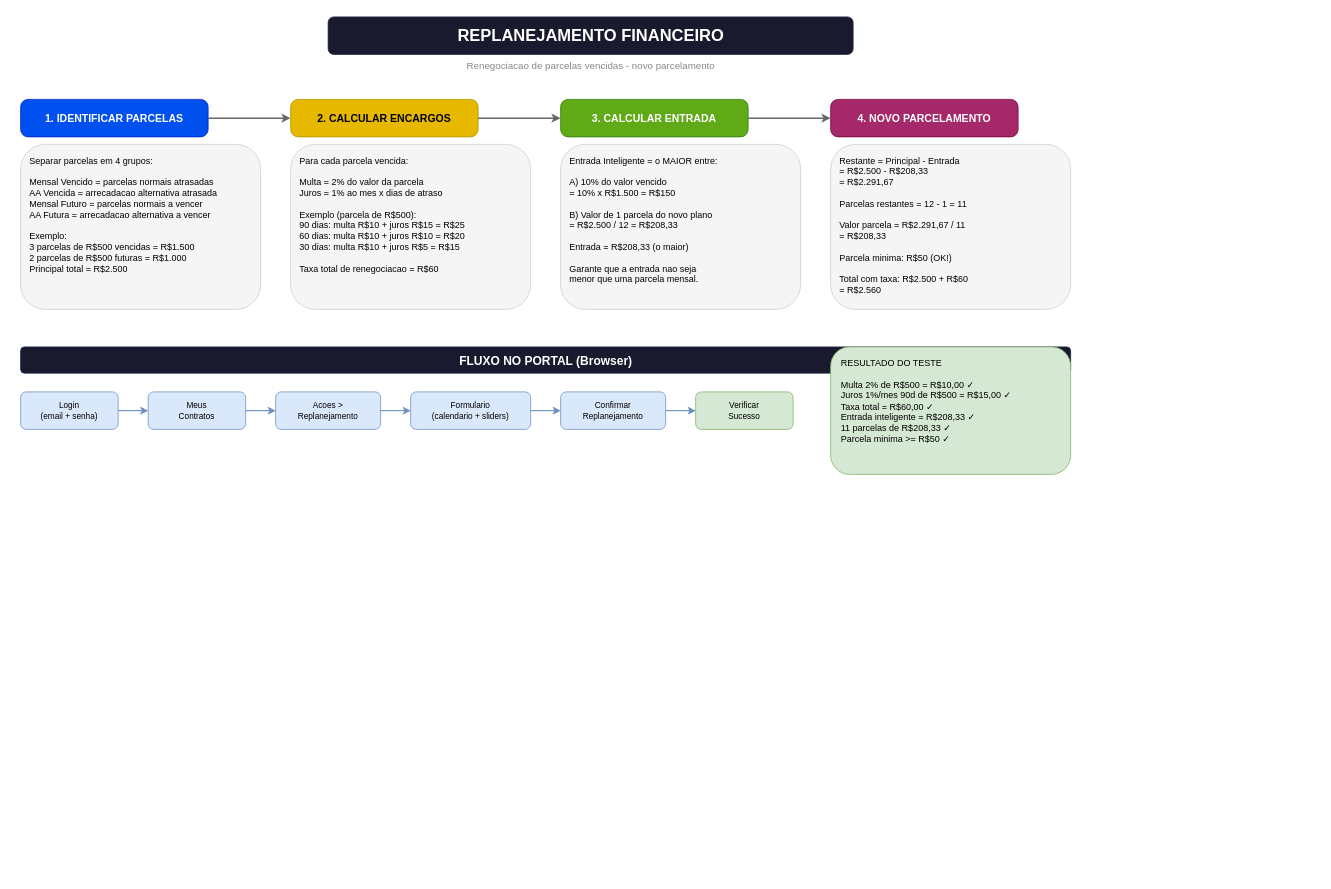
This is docs/replanejamento.drawio from lucasaugustodev/cli-hub-portal-vibe, a draw.io file, before an edit. Source tidied: cells renumbered, new cells numbered last; positions are measured from the earlier drawing's top-left corner, leaving out a move shared by most shapes. Both pictures are drawn from the tidied source at 75%, with x=0, y=0 at pixel (20, 16).
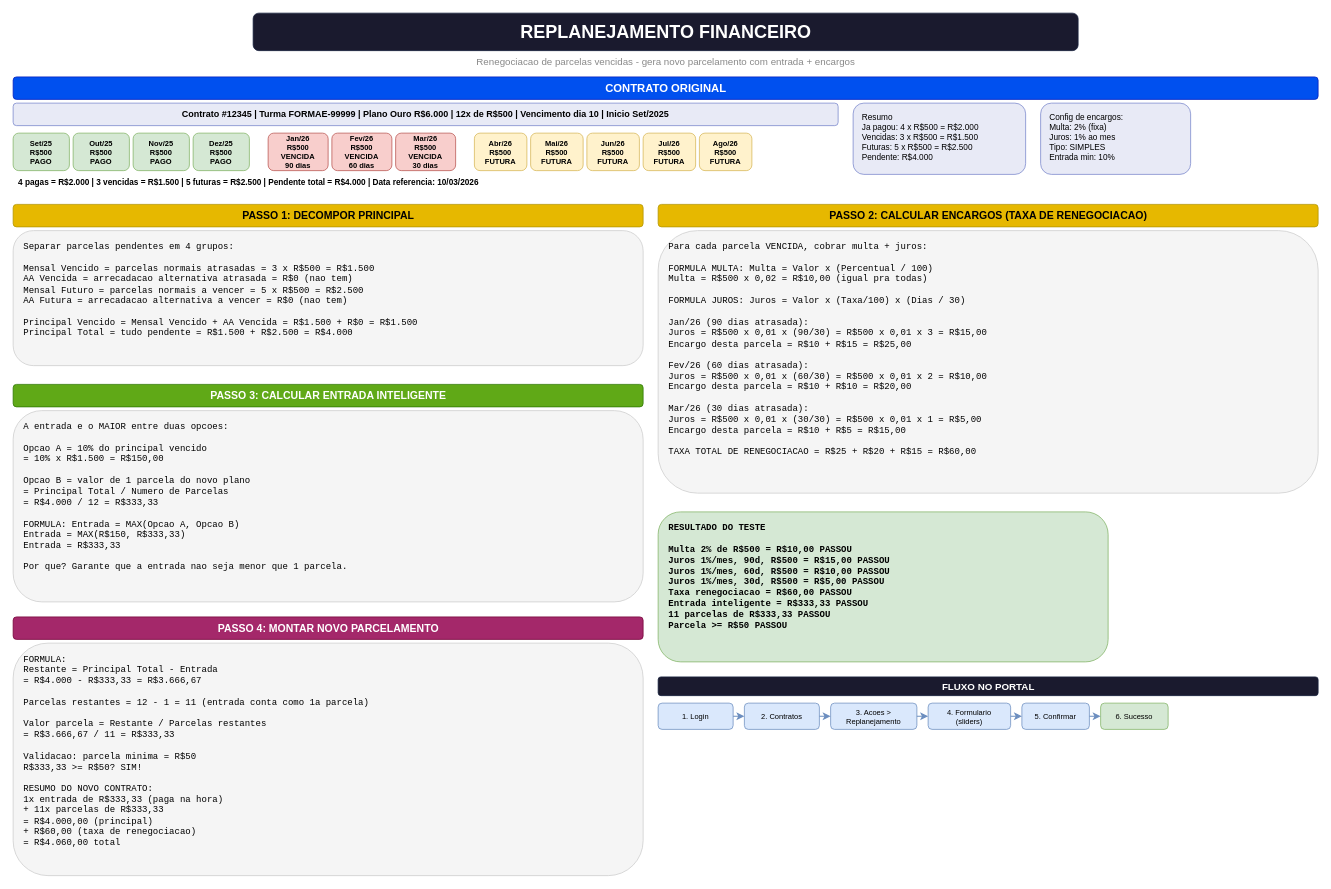
The same page after the edit.

Commit message:
docs: improve replanejamento flow diagram with concrete example

Change to the diagram source:
```diff
@@
-    <mxCell id="2" value="REPLANEJAMENTO FINANCEIRO" style="text;html=1;align=center;verticalAlign=middle;fontSize=22;fontStyle=1;fillColor=#1a1a2e;fontColor=#FFFFFF;rounded=1;strokeColor=#16213e;spacingTop=8;spacingBottom=8;" parent="1" vertex="1">
-      <mxGeometry x="410" width="700" height="50" as="geometry" />
+    <mxCell id="2" value="REPLANEJAMENTO FINANCEIRO" style="text;html=1;align=center;verticalAlign=middle;fontSize=24;fontStyle=1;fillColor=#1a1a2e;fontColor=#FFFFFF;rounded=1;strokeColor=#16213e;spacingTop=8;spacingBottom=8;" parent="1" vertex="1">
+      <mxGeometry x="310" y="-5" width="1100" height="50" as="geometry" />
     </mxCell>
-    <mxCell id="3" value="Renegociacao de parcelas vencidas - novo parcelamento" style="text;html=1;align=center;verticalAlign=middle;fontSize=13;fontColor=#888888;" parent="1" vertex="1">
-      <mxGeometry x="460" y="52" width="600" height="25" as="geometry" />
+    <mxCell id="3" value="Renegociacao de parcelas vencidas - gera novo parcelamento com entrada + encargos" style="text;html=1;align=center;verticalAlign=middle;fontSize=13;fontColor=#888888;" parent="1" vertex="1">
+      <mxGeometry x="360" y="48" width="1000" height="22" as="geometry" />
     </mxCell>
-    <mxCell id="4" value="1. IDENTIFICAR PARCELAS" style="rounded=1;whiteSpace=wrap;html=1;fillColor=#0050ef;fontColor=#ffffff;strokeColor=#001DBC;fontSize=14;fontStyle=1;arcSize=20;" parent="1" vertex="1">
-      <mxGeometry y="110" width="250" height="50" as="geometry" />
-    </mxCell>
-    <mxCell id="5" value="Separar parcelas em 4 grupos:&#10;&#10;  Mensal Vencido = parcelas normais atrasadas&#10;  AA Vencida = arrecadacao alternativa atrasada&#10;  Mensal Futuro = parcelas normais a vencer&#10;  AA Futura = arrecadacao alternativa a vencer&#10;&#10;Exemplo:&#10;  3 parcelas de R$500 vencidas = R$1.500&#10;  2 parcelas de R$500 futuras = R$1.000&#10;  Principal total = R$2.500" style="rounded=1;whiteSpace=wrap;html=1;fillColor=#f5f5f5;strokeColor=#CCCCCC;fontSize=12;align=left;spacingLeft=10;spacingRight=10;verticalAlign=top;spacingTop=8;" parent="1" vertex="1">
-      <mxGeometry y="170" width="320" height="220" as="geometry" />
-    </mxCell>
-    <mxCell id="6" value="2. CALCULAR ENCARGOS" style="rounded=1;whiteSpace=wrap;html=1;fillColor=#e6b800;fontColor=#000000;strokeColor=#B09500;fontSize=14;fontStyle=1;arcSize=20;" parent="1" vertex="1">
-      <mxGeometry x="360" y="110" width="250" height="50" as="geometry" />
-    </mxCell>
-    <mxCell id="7" value="Para cada parcela vencida:&#10;&#10;  Multa = 2% do valor da parcela&#10;  Juros = 1% ao mes x dias de atraso&#10;&#10;Exemplo (parcela de R$500):&#10;  90 dias: multa R$10 + juros R$15 = R$25&#10;  60 dias: multa R$10 + juros R$10 = R$20&#10;  30 dias: multa R$10 + juros R$5  = R$15&#10;&#10;  Taxa total de renegociacao = R$60" style="rounded=1;whiteSpace=wrap;html=1;fillColor=#f5f5f5;strokeColor=#CCCCCC;fontSize=12;align=left;spacingLeft=10;spacingRight=10;verticalAlign=top;spacingTop=8;" parent="1" vertex="1">
-      <mxGeometry x="360" y="170" width="320" height="220" as="geometry" />
-    </mxCell>
-    <mxCell id="8" style="edgeStyle=orthogonalEdgeStyle;rounded=1;strokeWidth=2;strokeColor=#666666;" parent="1" edge="1" source="4" target="6">
-      <mxGeometry relative="1" as="geometry" />
-    </mxCell>
-    <mxCell id="9" value="3. CALCULAR ENTRADA" style="rounded=1;whiteSpace=wrap;html=1;fillColor=#60a917;fontColor=#ffffff;strokeColor=#2D7600;fontSize=14;fontStyle=1;arcSize=20;" parent="1" vertex="1">
-      <mxGeometry x="720" y="110" width="250" height="50" as="geometry" />
-    </mxCell>
-    <mxCell id="10" value="Entrada Inteligente = o MAIOR entre:&#10;&#10;  A) 10% do valor vencido&#10;     = 10% x R$1.500 = R$150&#10;&#10;  B) Valor de 1 parcela do novo plano&#10;     = R$2.500 / 12 = R$208,33&#10;&#10;  Entrada = R$208,33 (o maior)&#10;&#10;Garante que a entrada nao seja&#10;menor que uma parcela mensal." style="rounded=1;whiteSpace=wrap;html=1;fillColor=#f5f5f5;strokeColor=#CCCCCC;fontSize=12;align=left;spacingLeft=10;spacingRight=10;verticalAlign=top;spacingTop=8;" parent="1" vertex="1">
-      <mxGeometry x="720" y="170" width="320" height="220" as="geometry" />
-    </mxCell>
-    <mxCell id="11" style="edgeStyle=orthogonalEdgeStyle;rounded=1;strokeWidth=2;strokeColor=#666666;" parent="1" edge="1" source="6" target="9">
-      <mxGeometry relative="1" as="geometry" />
-    </mxCell>
-    <mxCell id="12" value="4. NOVO PARCELAMENTO" style="rounded=1;whiteSpace=wrap;html=1;fillColor=#a4286a;fontColor=#ffffff;strokeColor=#740037;fontSize=14;fontStyle=1;arcSize=20;" parent="1" vertex="1">
-      <mxGeometry x="1080" y="110" width="250" height="50" as="geometry" />
-    </mxCell>
-    <mxCell id="13" value="Restante = Principal - Entrada&#10;         = R$2.500 - R$208,33&#10;         = R$2.291,67&#10;&#10;Parcelas restantes = 12 - 1 = 11&#10;&#10;Valor parcela = R$2.291,67 / 11&#10;              = R$208,33&#10;&#10;Parcela minima: R$50 (OK!)&#10;&#10;Total com taxa: R$2.500 + R$60&#10;              = R$2.560" style="rounded=1;whiteSpace=wrap;html=1;fillColor=#f5f5f5;strokeColor=#CCCCCC;fontSize=12;align=left;spacingLeft=10;spacingRight=10;verticalAlign=top;spacingTop=8;" parent="1" vertex="1">
-      <mxGeometry x="1080" y="170" width="320" height="220" as="geometry" />
-    </mxCell>
-    <mxCell id="14" style="edgeStyle=orthogonalEdgeStyle;rounded=1;strokeWidth=2;strokeColor=#666666;" parent="1" edge="1" source="9" target="12">
-      <mxGeometry relative="1" as="geometry" />
-    </mxCell>
+    <mxCell id="28" value="CONTRATO ORIGINAL" style="text;html=1;align=center;verticalAlign=middle;fontSize=15;fontStyle=1;fillColor=#0050ef;fontColor=#FFFFFF;rounded=1;strokeColor=#001DBC;" parent="1" vertex="1">
+      <mxGeometry x="-10" y="80" width="1740" height="30" as="geometry" />
+    </mxCell>
+    <mxCell id="29" value="Contrato #12345  |  Turma FORMAE-99999  |  Plano Ouro R$6.000  |  12x de R$500  |  Vencimento dia 10  |  Inicio Set/2025" style="rounded=1;whiteSpace=wrap;html=1;fillColor=#e8eaf6;strokeColor=#7986CB;fontSize=12;fontStyle=1;align=center;" parent="1" vertex="1">
+      <mxGeometry x="-10" y="115" width="1100" height="30" as="geometry" />
+    </mxCell>
+    <mxCell id="30" value="Set/25&#10;R$500&#10;PAGO" style="rounded=1;whiteSpace=wrap;html=1;fillColor=#d5e8d4;strokeColor=#82b366;fontSize=10;fontStyle=1;" parent="1" vertex="1">
+      <mxGeometry x="-10" y="155" width="75" height="50" as="geometry" />
+    </mxCell>
+    <mxCell id="31" value="Out/25&#10;R$500&#10;PAGO" style="rounded=1;whiteSpace=wrap;html=1;fillColor=#d5e8d4;strokeColor=#82b366;fontSize=10;fontStyle=1;" parent="1" vertex="1">
+      <mxGeometry x="70" y="155" width="75" height="50" as="geometry" />
+    </mxCell>
+    <mxCell id="32" value="Nov/25&#10;R$500&#10;PAGO" style="rounded=1;whiteSpace=wrap;html=1;fillColor=#d5e8d4;strokeColor=#82b366;fontSize=10;fontStyle=1;" parent="1" vertex="1">
+      <mxGeometry x="150" y="155" width="75" height="50" as="geometry" />
+    </mxCell>
+    <mxCell id="33" value="Dez/25&#10;R$500&#10;PAGO" style="rounded=1;whiteSpace=wrap;html=1;fillColor=#d5e8d4;strokeColor=#82b366;fontSize=10;fontStyle=1;" parent="1" vertex="1">
+      <mxGeometry x="230" y="155" width="75" height="50" as="geometry" />
+    </mxCell>
+    <mxCell id="34" value="Jan/26&#10;R$500&#10;VENCIDA&#10;90 dias" style="rounded=1;whiteSpace=wrap;html=1;fillColor=#f8cecc;strokeColor=#b85450;fontSize=10;fontStyle=1;" parent="1" vertex="1">
+      <mxGeometry x="330" y="155" width="80" height="50" as="geometry" />
+    </mxCell>
+    <mxCell id="35" value="Fev/26&#10;R$500&#10;VENCIDA&#10;60 dias" style="rounded=1;whiteSpace=wrap;html=1;fillColor=#f8cecc;strokeColor=#b85450;fontSize=10;fontStyle=1;" parent="1" vertex="1">
+      <mxGeometry x="415" y="155" width="80" height="50" as="geometry" />
+    </mxCell>
+    <mxCell id="36" value="Mar/26&#10;R$500&#10;VENCIDA&#10;30 dias" style="rounded=1;whiteSpace=wrap;html=1;fillColor=#f8cecc;strokeColor=#b85450;fontSize=10;fontStyle=1;" parent="1" vertex="1">
+      <mxGeometry x="500" y="155" width="80" height="50" as="geometry" />
+    </mxCell>
+    <mxCell id="37" value="Abr/26&#10;R$500&#10;FUTURA" style="rounded=1;whiteSpace=wrap;html=1;fillColor=#fff2cc;strokeColor=#d6b656;fontSize=10;fontStyle=1;" parent="1" vertex="1">
+      <mxGeometry x="605" y="155" width="70" height="50" as="geometry" />
+    </mxCell>
+    <mxCell id="38" value="Mai/26&#10;R$500&#10;FUTURA" style="rounded=1;whiteSpace=wrap;html=1;fillColor=#fff2cc;strokeColor=#d6b656;fontSize=10;fontStyle=1;" parent="1" vertex="1">
+      <mxGeometry x="680" y="155" width="70" height="50" as="geometry" />
+    </mxCell>
+    <mxCell id="39" value="Jun/26&#10;R$500&#10;FUTURA" style="rounded=1;whiteSpace=wrap;html=1;fillColor=#fff2cc;strokeColor=#d6b656;fontSize=10;fontStyle=1;" parent="1" vertex="1">
+      <mxGeometry x="755" y="155" width="70" height="50" as="geometry" />
+    </mxCell>
+    <mxCell id="40" value="Jul/26&#10;R$500&#10;FUTURA" style="rounded=1;whiteSpace=wrap;html=1;fillColor=#fff2cc;strokeColor=#d6b656;fontSize=10;fontStyle=1;" parent="1" vertex="1">
+      <mxGeometry x="830" y="155" width="70" height="50" as="geometry" />
+    </mxCell>
+    <mxCell id="41" value="Ago/26&#10;R$500&#10;FUTURA" style="rounded=1;whiteSpace=wrap;html=1;fillColor=#fff2cc;strokeColor=#d6b656;fontSize=10;fontStyle=1;" parent="1" vertex="1">
+      <mxGeometry x="905" y="155" width="70" height="50" as="geometry" />
+    </mxCell>
+    <mxCell id="42" value="4 pagas = R$2.000  |  3 vencidas = R$1.500  |  5 futuras = R$2.500  |  Pendente total = R$4.000  |  Data referencia: 10/03/2026" style="text;html=1;align=left;verticalAlign=middle;fontSize=11;fontStyle=1;spacingLeft=5;" parent="1" vertex="1">
+      <mxGeometry x="-10" y="210" width="1000" height="20" as="geometry" />
+    </mxCell>
+    <mxCell id="43" value="Resumo&#10;Ja pagou: 4 x R$500 = R$2.000&#10;Vencidas: 3 x R$500 = R$1.500&#10;Futuras:  5 x R$500 = R$2.500&#10;Pendente: R$4.000" style="rounded=1;whiteSpace=wrap;html=1;fillColor=#e8eaf6;strokeColor=#7986CB;fontSize=11;align=left;spacingLeft=10;verticalAlign=top;spacingTop=6;" parent="1" vertex="1">
+      <mxGeometry x="1110" y="115" width="230" height="95" as="geometry" />
+    </mxCell>
+    <mxCell id="44" value="Config de encargos:&#10;Multa: 2% (fixa)&#10;Juros: 1% ao mes&#10;Tipo: SIMPLES&#10;Entrada min: 10%" style="rounded=1;whiteSpace=wrap;html=1;fillColor=#e8eaf6;strokeColor=#7986CB;fontSize=11;align=left;spacingLeft=10;verticalAlign=top;spacingTop=6;" parent="1" vertex="1">
+      <mxGeometry x="1360" y="115" width="200" height="95" as="geometry" />
+    </mxCell>
+    <mxCell id="45" value="PASSO 1: DECOMPOR PRINCIPAL" style="text;html=1;align=center;verticalAlign=middle;fontSize=14;fontStyle=1;fillColor=#e6b800;fontColor=#000000;rounded=1;strokeColor=#B09500;" parent="1" vertex="1">
+      <mxGeometry x="-10" y="250" width="840" height="30" as="geometry" />
+    </mxCell>
+    <mxCell id="46" value="Separar parcelas pendentes em 4 grupos:&#10;&#10;  Mensal Vencido  = parcelas normais atrasadas        = 3 x R$500 = R$1.500&#10;  AA Vencida      = arrecadacao alternativa atrasada   = R$0 (nao tem)&#10;  Mensal Futuro   = parcelas normais a vencer          = 5 x R$500 = R$2.500&#10;  AA Futura       = arrecadacao alternativa a vencer    = R$0 (nao tem)&#10;&#10;  Principal Vencido = Mensal Vencido + AA Vencida = R$1.500 + R$0 = R$1.500&#10;  Principal Total   = tudo pendente = R$1.500 + R$2.500 = R$4.000" style="rounded=1;whiteSpace=wrap;html=1;fillColor=#f5f5f5;strokeColor=#CCCCCC;fontSize=12;align=left;spacingLeft=12;verticalAlign=top;spacingTop=8;fontFamily=Courier New;" parent="1" vertex="1">
+      <mxGeometry x="-10" y="285" width="840" height="180" as="geometry" />
+    </mxCell>
+    <mxCell id="47" value="PASSO 2: CALCULAR ENCARGOS (TAXA DE RENEGOCIACAO)" style="text;html=1;align=center;verticalAlign=middle;fontSize=14;fontStyle=1;fillColor=#e6b800;fontColor=#000000;rounded=1;strokeColor=#B09500;" parent="1" vertex="1">
+      <mxGeometry x="850" y="250" width="880" height="30" as="geometry" />
+    </mxCell>
+    <mxCell id="48" value="Para cada parcela VENCIDA, cobrar multa + juros:&#10;&#10;  FORMULA MULTA:  Multa = Valor x (Percentual / 100)&#10;                 Multa = R$500 x 0,02 = R$10,00 (igual pra todas)&#10;&#10;  FORMULA JUROS:  Juros = Valor x (Taxa/100) x (Dias / 30)&#10;&#10;  Jan/26 (90 dias atrasada):&#10;    Juros = R$500 x 0,01 x (90/30) = R$500 x 0,01 x 3 = R$15,00&#10;    Encargo desta parcela = R$10 + R$15 = R$25,00&#10;&#10;  Fev/26 (60 dias atrasada):&#10;    Juros = R$500 x 0,01 x (60/30) = R$500 x 0,01 x 2 = R$10,00&#10;    Encargo desta parcela = R$10 + R$10 = R$20,00&#10;&#10;  Mar/26 (30 dias atrasada):&#10;    Juros = R$500 x 0,01 x (30/30) = R$500 x 0,01 x 1 = R$5,00&#10;    Encargo desta parcela = R$10 + R$5 = R$15,00&#10;&#10;  TAXA TOTAL DE RENEGOCIACAO = R$25 + R$20 + R$15 = R$60,00" style="rounded=1;whiteSpace=wrap;html=1;fillColor=#f5f5f5;strokeColor=#CCCCCC;fontSize=12;align=left;spacingLeft=12;verticalAlign=top;spacingTop=8;fontFamily=Courier New;" parent="1" vertex="1">
+      <mxGeometry x="850" y="285" width="880" height="350" as="geometry" />
+    </mxCell>
+    <mxCell id="49" value="PASSO 3: CALCULAR ENTRADA INTELIGENTE" style="text;html=1;align=center;verticalAlign=middle;fontSize=14;fontStyle=1;fillColor=#60a917;fontColor=#FFFFFF;rounded=1;strokeColor=#2D7600;" parent="1" vertex="1">
+      <mxGeometry x="-10" y="490" width="840" height="30" as="geometry" />
+    </mxCell>
+    <mxCell id="50" value="A entrada e o MAIOR entre duas opcoes:&#10;&#10;  Opcao A = 10% do principal vencido&#10;          = 10% x R$1.500 = R$150,00&#10;&#10;  Opcao B = valor de 1 parcela do novo plano&#10;          = Principal Total / Numero de Parcelas&#10;          = R$4.000 / 12 = R$333,33&#10;&#10;  FORMULA:  Entrada = MAX(Opcao A, Opcao B)&#10;            Entrada = MAX(R$150, R$333,33)&#10;            Entrada = R$333,33&#10;&#10;  Por que? Garante que a entrada nao seja menor que 1 parcela." style="rounded=1;whiteSpace=wrap;html=1;fillColor=#f5f5f5;strokeColor=#CCCCCC;fontSize=12;align=left;spacingLeft=12;verticalAlign=top;spacingTop=8;fontFamily=Courier New;" parent="1" vertex="1">
+      <mxGeometry x="-10" y="525" width="840" height="255" as="geometry" />
+    </mxCell>
+    <mxCell id="51" value="PASSO 4: MONTAR NOVO PARCELAMENTO" style="text;html=1;align=center;verticalAlign=middle;fontSize=14;fontStyle=1;fillColor=#a4286a;fontColor=#ffffff;rounded=1;strokeColor=#740037;" parent="1" vertex="1">
+      <mxGeometry x="-10" y="800" width="840" height="30" as="geometry" />
+    </mxCell>
+    <mxCell id="52" value="FORMULA:&#10;  Restante = Principal Total - Entrada&#10;           = R$4.000 - R$333,33 = R$3.666,67&#10;&#10;  Parcelas restantes = 12 - 1 = 11  (entrada conta como 1a parcela)&#10;&#10;  Valor parcela = Restante / Parcelas restantes&#10;               = R$3.666,67 / 11 = R$333,33&#10;&#10;  Validacao: parcela minima = R$50&#10;  R$333,33 &gt;= R$50? SIM!&#10;&#10;RESUMO DO NOVO CONTRATO:&#10;  1x entrada de R$333,33 (paga na hora)&#10;  + 11x parcelas de R$333,33&#10;  = R$4.000,00 (principal)&#10;  + R$60,00 (taxa de renegociacao)&#10;  = R$4.060,00 total" style="rounded=1;whiteSpace=wrap;html=1;fillColor=#f5f5f5;strokeColor=#CCCCCC;fontSize=12;align=left;spacingLeft=12;verticalAlign=top;spacingTop=8;fontFamily=Courier New;" parent="1" vertex="1">
+      <mxGeometry x="-10" y="835" width="840" height="310" as="geometry" />
+    </mxCell>
+    <mxCell id="27" value="RESULTADO DO TESTE&#10;&#10;  Multa 2% de R$500 = R$10,00                PASSOU&#10;  Juros 1%/mes, 90d, R$500 = R$15,00          PASSOU&#10;  Juros 1%/mes, 60d, R$500 = R$10,00          PASSOU&#10;  Juros 1%/mes, 30d, R$500 = R$5,00           PASSOU&#10;  Taxa renegociacao = R$60,00                  PASSOU&#10;  Entrada inteligente = R$333,33               PASSOU&#10;  11 parcelas de R$333,33                      PASSOU&#10;  Parcela &gt;= R$50                              PASSOU" style="rounded=1;whiteSpace=wrap;html=1;fillColor=#d5e8d4;strokeColor=#82b366;fontSize=12;align=left;spacingLeft=12;verticalAlign=top;spacingTop=8;fontFamily=Courier New;fontStyle=1;" parent="1" vertex="1">
+      <mxGeometry x="850" y="660" width="600" height="200" as="geometry" />
+    </mxCell>
-    <mxCell id="15" value="FLUXO NO PORTAL (Browser)" style="text;html=1;align=center;verticalAlign=middle;fontSize=16;fontStyle=1;fillColor=#1a1a2e;fontColor=#FFFFFF;rounded=1;strokeColor=#16213e;spacingTop=5;spacingBottom=5;" parent="1" vertex="1">
-      <mxGeometry y="440" width="1400" height="35" as="geometry" />
+    <mxCell id="15" value="FLUXO NO PORTAL" style="text;html=1;align=center;verticalAlign=middle;fontSize=13;fontStyle=1;fillColor=#1a1a2e;fontColor=#FFFFFF;rounded=1;strokeColor=#16213e;" parent="1" vertex="1">
+      <mxGeometry x="850" y="880" width="880" height="25" as="geometry" />
     </mxCell>
-    <mxCell id="16" value="Login&#10;(email + senha)" style="rounded=1;whiteSpace=wrap;html=1;fillColor=#dae8fc;strokeColor=#6c8ebf;fontSize=11;" parent="1" vertex="1">
-      <mxGeometry y="500" width="130" height="50" as="geometry" />
+    <mxCell id="16" value="1. Login" style="rounded=1;whiteSpace=wrap;html=1;fillColor=#dae8fc;strokeColor=#6c8ebf;fontSize=10;" parent="1" vertex="1">
+      <mxGeometry x="850" y="915" width="100" height="35" as="geometry" />
     </mxCell>
-    <mxCell id="17" value="Meus&#10;Contratos" style="rounded=1;whiteSpace=wrap;html=1;fillColor=#dae8fc;strokeColor=#6c8ebf;fontSize=11;" parent="1" vertex="1">
-      <mxGeometry x="170" y="500" width="130" height="50" as="geometry" />
+    <mxCell id="17" value="2. Contratos" style="rounded=1;whiteSpace=wrap;html=1;fillColor=#dae8fc;strokeColor=#6c8ebf;fontSize=10;" parent="1" vertex="1">
+      <mxGeometry x="965" y="915" width="100" height="35" as="geometry" />
     </mxCell>
-    <mxCell id="18" value="Acoes &gt;&#10;Replanejamento" style="rounded=1;whiteSpace=wrap;html=1;fillColor=#dae8fc;strokeColor=#6c8ebf;fontSize=11;" parent="1" vertex="1">
-      <mxGeometry x="340" y="500" width="140" height="50" as="geometry" />
+    <mxCell id="18" value="3. Acoes &gt;&#10;Replanejamento" style="rounded=1;whiteSpace=wrap;html=1;fillColor=#dae8fc;strokeColor=#6c8ebf;fontSize=10;" parent="1" vertex="1">
+      <mxGeometry x="1080" y="915" width="115" height="35" as="geometry" />
     </mxCell>
-    <mxCell id="19" value="Formulario&#10;(calendario + sliders)" style="rounded=1;whiteSpace=wrap;html=1;fillColor=#dae8fc;strokeColor=#6c8ebf;fontSize=11;" parent="1" vertex="1">
-      <mxGeometry x="520" y="500" width="160" height="50" as="geometry" />
+    <mxCell id="19" value="4. Formulario&#10;(sliders)" style="rounded=1;whiteSpace=wrap;html=1;fillColor=#dae8fc;strokeColor=#6c8ebf;fontSize=10;" parent="1" vertex="1">
+      <mxGeometry x="1210" y="915" width="110" height="35" as="geometry" />
     </mxCell>
-    <mxCell id="20" value="Confirmar&#10;Replanejamento" style="rounded=1;whiteSpace=wrap;html=1;fillColor=#dae8fc;strokeColor=#6c8ebf;fontSize=11;" parent="1" vertex="1">
-      <mxGeometry x="720" y="500" width="140" height="50" as="geometry" />
+    <mxCell id="20" value="5. Confirmar" style="rounded=1;whiteSpace=wrap;html=1;fillColor=#dae8fc;strokeColor=#6c8ebf;fontSize=10;" parent="1" vertex="1">
+      <mxGeometry x="1335" y="915" width="90" height="35" as="geometry" />
     </mxCell>
-    <mxCell id="21" value="Verificar&#10;Sucesso" style="rounded=1;whiteSpace=wrap;html=1;fillColor=#d5e8d4;strokeColor=#82b366;fontSize=11;" parent="1" vertex="1">
-      <mxGeometry x="900" y="500" width="130" height="50" as="geometry" />
+    <mxCell id="21" value="6. Sucesso" style="rounded=1;whiteSpace=wrap;html=1;fillColor=#d5e8d4;strokeColor=#82b366;fontSize=10;" parent="1" vertex="1">
+      <mxGeometry x="1440" y="915" width="90" height="35" as="geometry" />
     </mxCell>
@@
-    <mxCell id="27" value="RESULTADO DO TESTE&#10;&#10;Multa 2% de R$500 = R$10,00  ✓&#10;Juros 1%/mes 90d de R$500 = R$15,00  ✓&#10;Taxa total = R$60,00  ✓&#10;Entrada inteligente = R$208,33  ✓&#10;11 parcelas de R$208,33  ✓&#10;Parcela minima &gt;= R$50  ✓" style="rounded=1;whiteSpace=wrap;html=1;fillColor=#d5e8d4;strokeColor=#82b366;fontSize=12;align=left;spacingLeft=12;spacingRight=12;verticalAlign=top;spacingTop=8;fontStyle=0;" parent="1" vertex="1">
-      <mxGeometry x="1080" y="440" width="320" height="170" as="geometry" />
-    </mxCell>
```
